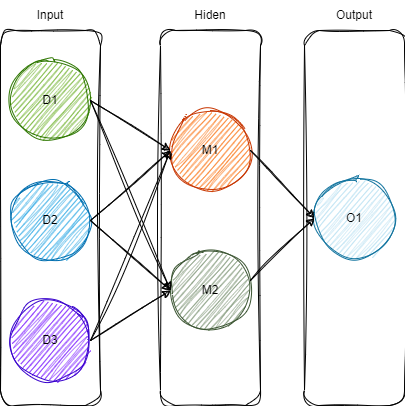
CXianRen/MyNN keeps this draw.io diagram as doc/imgs/fc_e.g.drawio.png. Above is the earlier version. Source tidied: cells renumbered, new cells last; positions are measured from the earlier drawing's top-left corner, leaving out a move shared by most shapes.
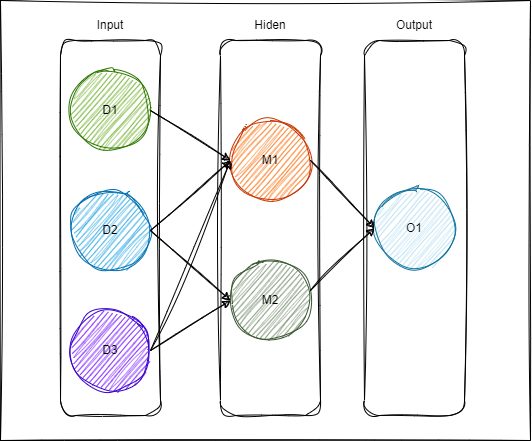
After the commit.

Diff of the diagram source:
```diff
@@ -2,6 +2,9 @@
   <root>
     <mxCell id="0" />
     <mxCell id="1" parent="0" />
+    <mxCell id="22" style="rounded=0;whiteSpace=wrap;html=1;sketch=1;hachureGap=4;jiggle=2;curveFitting=1;fontFamily=Architects Daughter;fontSource=https%3A%2F%2Ffonts.googleapis.com%2Fcss%3Ffamily%3DArchitects%2BDaughter;fontSize=20;" parent="1" vertex="1">
+      <mxGeometry x="-60" y="-10" width="530" height="440" as="geometry" />
+    </mxCell>
     <mxCell id="2" style="rounded=1;whiteSpace=wrap;html=1;sketch=1;curveFitting=1;jiggle=2;shadow=0;" parent="1" vertex="1">
       <mxGeometry x="304" y="30" width="100" height="375" as="geometry" />
     </mxCell>
@@ -43,11 +46,6 @@
         <mxPoint x="170" y="150" as="targetPoint" />
       </mxGeometry>
     </mxCell>
-    <mxCell id="14" style="endArrow=classic;html=1;rounded=1;exitX=1;exitY=0.5;exitDx=0;exitDy=0;entryX=0;entryY=0.5;entryDx=0;entryDy=0;sketch=1;curveFitting=1;jiggle=2;shadow=0;" parent="1" edge="1" target="9">
-      <mxGeometry relative="1" as="geometry">
-        <mxPoint x="90" y="100" as="sourcePoint" />
-      </mxGeometry>
-    </mxCell>
     <mxCell id="15" style="endArrow=classic;html=1;rounded=1;exitX=1;exitY=0.5;exitDx=0;exitDy=0;entryX=0;entryY=0.5;entryDx=0;entryDy=0;sketch=1;curveFitting=1;jiggle=2;shadow=0;" parent="1" edge="1" target="9">
       <mxGeometry relative="1" as="geometry">
         <mxPoint x="90" y="220" as="sourcePoint" />
```
